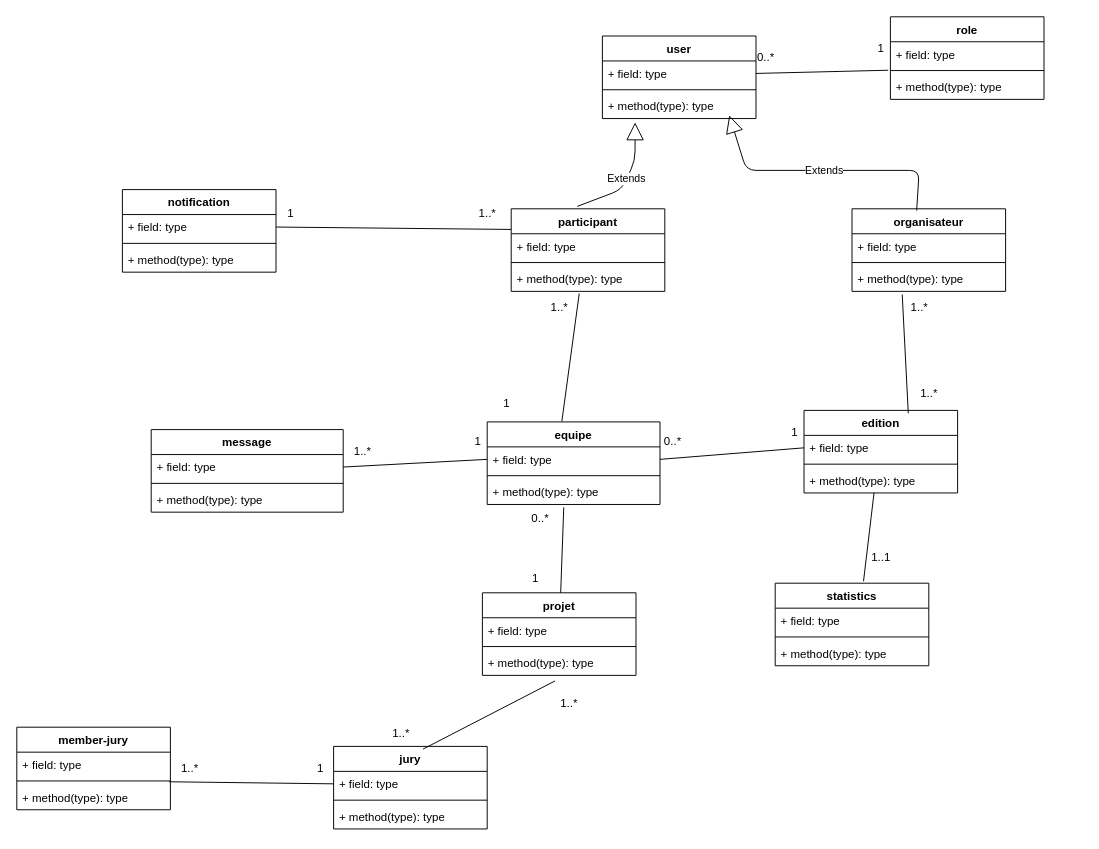
Earlier version of the draw.io diagram conception/diagramme.drawio (abirmes/HackatonWithUs). Source tidied: cells renumbered, new cells numbered last; positions are measured from the earlier drawing's top-left corner, leaving out a move shared by most shapes. Both pictures are drawn from the tidied source at 96%, with x=0, y=0 at pixel (16, 16).
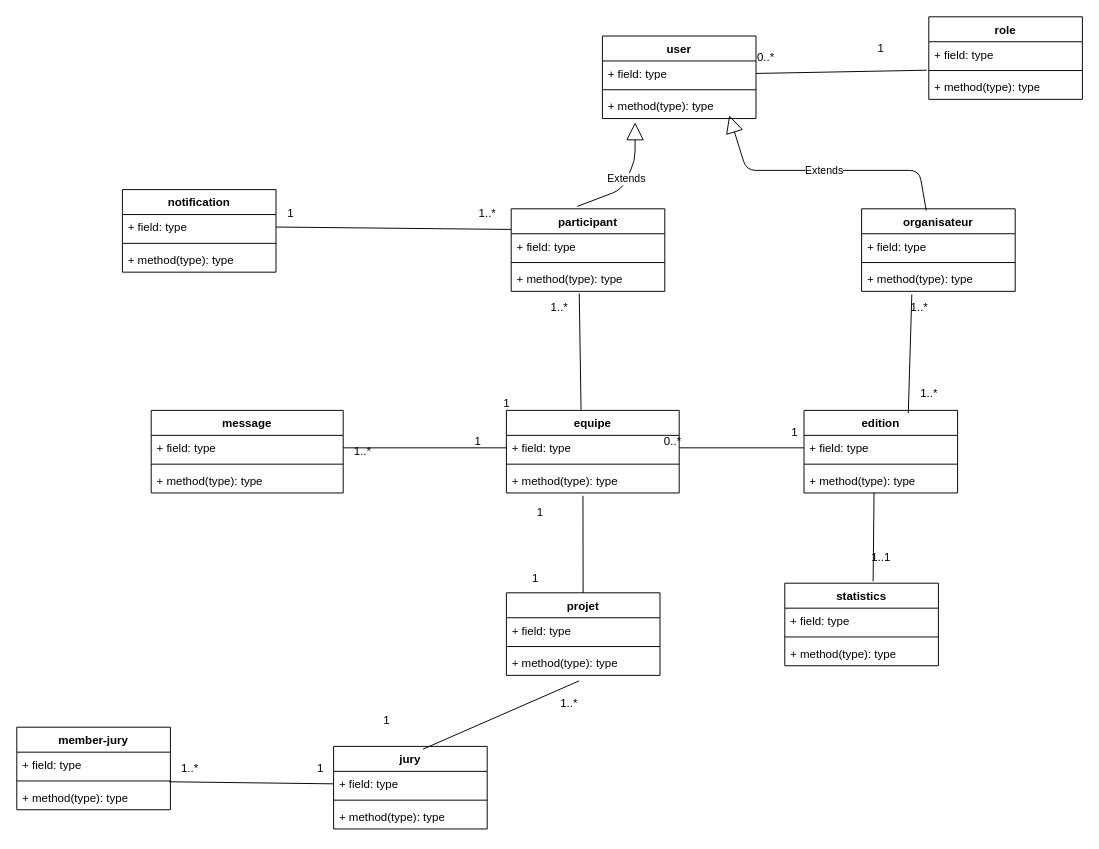
After the change.

Diff of the diagram source:
```diff
@@
     <mxCell id="6" value="role" style="swimlane;fontStyle=1;align=center;verticalAlign=top;horizontal=1;startSize=26;whiteSpace=wrap;html=1;" parent="1" vertex="1">
-      <mxGeometry x="910" width="160" height="86" as="geometry" />
+      <mxGeometry x="950" width="160" height="86" as="geometry" />
     </mxCell>
@@
     <mxCell id="18" value="statistics" style="swimlane;fontStyle=1;align=center;verticalAlign=top;horizontal=1;startSize=26;whiteSpace=wrap;html=1;" parent="1" vertex="1">
-      <mxGeometry x="790" y="590" width="160" height="86" as="geometry" />
+      <mxGeometry x="800" y="590" width="160" height="86" as="geometry" />
     </mxCell>
@@
     <mxCell id="22" value="organisateur" style="swimlane;fontStyle=1;align=center;verticalAlign=top;horizontal=1;startSize=26;whiteSpace=wrap;html=1;" parent="1" vertex="1">
-      <mxGeometry x="870" y="200" width="160" height="86" as="geometry" />
+      <mxGeometry x="880" y="200" width="160" height="86" as="geometry" />
     </mxCell>
@@
     <mxCell id="26" value="equipe" style="swimlane;fontStyle=1;align=center;verticalAlign=top;horizontal=1;startSize=26;whiteSpace=wrap;html=1;" parent="1" vertex="1">
-      <mxGeometry x="490" y="422" width="180" height="86" as="geometry" />
+      <mxGeometry x="510" y="410" width="180" height="86" as="geometry" />
     </mxCell>
@@
     <mxCell id="30" value="projet" style="swimlane;fontStyle=1;align=center;verticalAlign=top;horizontal=1;startSize=26;whiteSpace=wrap;html=1;" parent="1" vertex="1">
-      <mxGeometry x="485" y="600" width="160" height="86" as="geometry" />
+      <mxGeometry x="510" y="600" width="160" height="86" as="geometry" />
     </mxCell>
@@
     <mxCell id="34" value="message" style="swimlane;fontStyle=1;align=center;verticalAlign=top;horizontal=1;startSize=26;whiteSpace=wrap;html=1;" parent="1" vertex="1">
-      <mxGeometry x="140" y="430" width="200" height="86" as="geometry" />
+      <mxGeometry x="140" y="410" width="200" height="86" as="geometry" />
     </mxCell>
@@
-    <mxCell id="63" value="1..*" style="text;html=1;align=center;verticalAlign=middle;strokeColor=none;fillColor=none;" parent="1" vertex="1">
-      <mxGeometry x="380" y="732" width="40" height="30" as="geometry" />
+    <mxCell id="63" value="1&lt;div&gt;&lt;br&gt;&lt;/div&gt;" style="text;html=1;align=center;verticalAlign=middle;strokeColor=none;fillColor=none;" parent="1" vertex="1">
+      <mxGeometry x="370" y="720" width="30" height="40" as="geometry" />
     </mxCell>
@@
-    <mxCell id="76" value="0..*" style="text;html=1;align=center;verticalAlign=middle;strokeColor=none;fillColor=none;" parent="1" vertex="1">
-      <mxGeometry x="525" y="508" width="40" height="30" as="geometry" />
+    <mxCell id="76" value="1&lt;div&gt;&lt;br&gt;&lt;/div&gt;" style="text;html=1;align=center;verticalAlign=middle;strokeColor=none;fillColor=none;" parent="1" vertex="1">
+      <mxGeometry x="530" y="503" width="30" height="40" as="geometry" />
     </mxCell>
```
